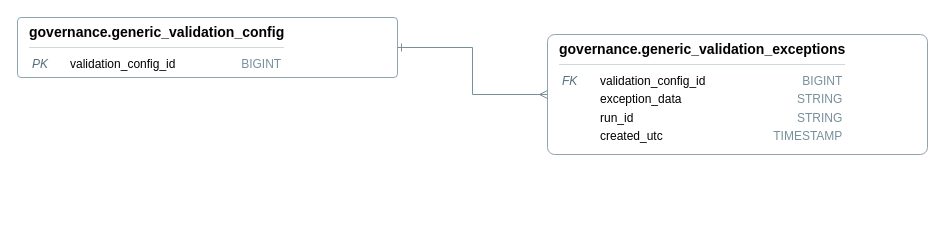
Earlier version of the draw.io diagram erd/ERD.drawio (drvmuk/sdlc_genai_demo). Source tidied: cells renumbered, new cells numbered last; positions are measured from the earlier drawing's top-left corner, leaving out a move shared by most shapes. Both pictures are drawn from the tidied source at 100%, with x=0, y=0 at pixel (17, 17).
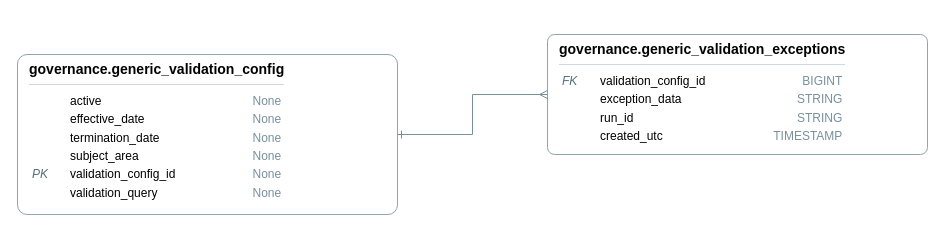
The same diagram, later.

Commit message (it also covers changes not shown here):
Upload ERD diagram (memory mode or volume mode)

The edit, as a diff of the source:
```diff
@@
 <mxGraphModel>
   <root>
     <mxCell id="0" />
     <mxCell id="1" parent="0" />
-    <mxCell id="2" value="&lt;div style='text-align:left'&gt;&lt;div style='font-weight:600;font-size:14px'&gt;governance.generic_validation_config&lt;/div&gt;&lt;div style='border-top:1px solid #cfd8dc;margin:6px 0'&gt;&lt;/div&gt;&lt;table style='width:100%;font-size:12px'&gt;&lt;tr&gt;&lt;td style='width:34px;font-style:italic;color:#546E7A'&gt;PK&lt;/td&gt;&lt;td&gt;validation_config_id&lt;/td&gt;&lt;td style='width:86px;text-align:right;color:#78909C'&gt;BIGINT&lt;/td&gt;&lt;/tr&gt;&lt;/table&gt;&lt;/div&gt;" style="whiteSpace=wrap;rounded=1;fillColor=#FFFFFF;strokeColor=#90A4AE;dashed=0;shape=rectangle;arcSize=6;fontSize=13;align=left;verticalAlign=top;spacingLeft=10;portConstraint=eastwest;html=1;" parent="1" vertex="1">
-      <mxGeometry width="380" height="60" as="geometry" />
-    </mxCell>
+    <mxCell id="5" value="&lt;div style='text-align:left'&gt;&lt;div style='font-weight:600;font-size:14px'&gt;governance.generic_validation_config&lt;/div&gt;&lt;div style='border-top:1px solid #cfd8dc;margin:6px 0'&gt;&lt;/div&gt;&lt;table style='width:100%;font-size:12px'&gt;&lt;tr&gt;&lt;td style='width:34px;font-style:italic;color:#546E7A'&gt;&lt;/td&gt;&lt;td&gt;active&lt;/td&gt;&lt;td style='width:86px;text-align:right;color:#78909C'&gt;None&lt;/td&gt;&lt;/tr&gt;&lt;tr&gt;&lt;td style='width:34px;font-style:italic;color:#546E7A'&gt;&lt;/td&gt;&lt;td&gt;effective_date&lt;/td&gt;&lt;td style='width:86px;text-align:right;color:#78909C'&gt;None&lt;/td&gt;&lt;/tr&gt;&lt;tr&gt;&lt;td style='width:34px;font-style:italic;color:#546E7A'&gt;&lt;/td&gt;&lt;td&gt;termination_date&lt;/td&gt;&lt;td style='width:86px;text-align:right;color:#78909C'&gt;None&lt;/td&gt;&lt;/tr&gt;&lt;tr&gt;&lt;td style='width:34px;font-style:italic;color:#546E7A'&gt;&lt;/td&gt;&lt;td&gt;subject_area&lt;/td&gt;&lt;td style='width:86px;text-align:right;color:#78909C'&gt;None&lt;/td&gt;&lt;/tr&gt;&lt;tr&gt;&lt;td style='width:34px;font-style:italic;color:#546E7A'&gt;PK&lt;/td&gt;&lt;td&gt;validation_config_id&lt;/td&gt;&lt;td style='width:86px;text-align:right;color:#78909C'&gt;None&lt;/td&gt;&lt;/tr&gt;&lt;tr&gt;&lt;td style='width:34px;font-style:italic;color:#546E7A'&gt;&lt;/td&gt;&lt;td&gt;validation_query&lt;/td&gt;&lt;td style='width:86px;text-align:right;color:#78909C'&gt;None&lt;/td&gt;&lt;/tr&gt;&lt;/table&gt;&lt;/div&gt;" style="whiteSpace=wrap;rounded=1;fillColor=#FFFFFF;strokeColor=#90A4AE;dashed=0;shape=rectangle;arcSize=6;fontSize=13;align=left;verticalAlign=top;spacingLeft=10;portConstraint=eastwest;html=1;" parent="1" vertex="1">
+      <mxGeometry y="37" width="380" height="160" as="geometry" />
+    </mxCell>
     <mxCell id="3" value="&lt;div style='text-align:left'&gt;&lt;div style='font-weight:600;font-size:14px'&gt;governance.generic_validation_exceptions&lt;/div&gt;&lt;div style='border-top:1px solid #cfd8dc;margin:6px 0'&gt;&lt;/div&gt;&lt;table style='width:100%;font-size:12px'&gt;&lt;tr&gt;&lt;td style='width:34px;font-style:italic;color:#546E7A'&gt;FK&lt;/td&gt;&lt;td&gt;validation_config_id&lt;/td&gt;&lt;td style='width:86px;text-align:right;color:#78909C'&gt;BIGINT&lt;/td&gt;&lt;/tr&gt;&lt;tr&gt;&lt;td style='width:34px;font-style:italic;color:#546E7A'&gt;&lt;/td&gt;&lt;td&gt;exception_data&lt;/td&gt;&lt;td style='width:86px;text-align:right;color:#78909C'&gt;STRING&lt;/td&gt;&lt;/tr&gt;&lt;tr&gt;&lt;td style='width:34px;font-style:italic;color:#546E7A'&gt;&lt;/td&gt;&lt;td&gt;run_id&lt;/td&gt;&lt;td style='width:86px;text-align:right;color:#78909C'&gt;STRING&lt;/td&gt;&lt;/tr&gt;&lt;tr&gt;&lt;td style='width:34px;font-style:italic;color:#546E7A'&gt;&lt;/td&gt;&lt;td&gt;created_utc&lt;/td&gt;&lt;td style='width:86px;text-align:right;color:#78909C'&gt;TIMESTAMP&lt;/td&gt;&lt;/tr&gt;&lt;/table&gt;&lt;/div&gt;" style="whiteSpace=wrap;rounded=1;fillColor=#FFFFFF;strokeColor=#90A4AE;dashed=0;shape=rectangle;arcSize=6;fontSize=13;align=left;verticalAlign=top;spacingLeft=10;portConstraint=eastwest;html=1;" parent="1" vertex="1">
       <mxGeometry x="530" y="17" width="380" height="120" as="geometry" />
     </mxCell>
-    <mxCell id="4" style="edgeStyle=orthogonalEdgeStyle;rounded=0;jettySize=auto;startArrow=ERone;endArrow=ERmany;strokeColor=#78909C;jumpStyle=arc;jumpSize=6;" parent="1" edge="1" source="2" target="3">
-      <mxGeometry relative="1" as="geometry" />
-    </mxCell>
+    <mxCell id="6" style="edgeStyle=orthogonalEdgeStyle;rounded=0;jettySize=auto;startArrow=ERone;endArrow=ERmany;strokeColor=#78909C;jumpStyle=arc;jumpSize=6;" parent="1" edge="1" source="5" target="3">
+      <mxGeometry relative="1" as="geometry" />
+    </mxCell>
   </root>
 </mxGraphModel>
```
